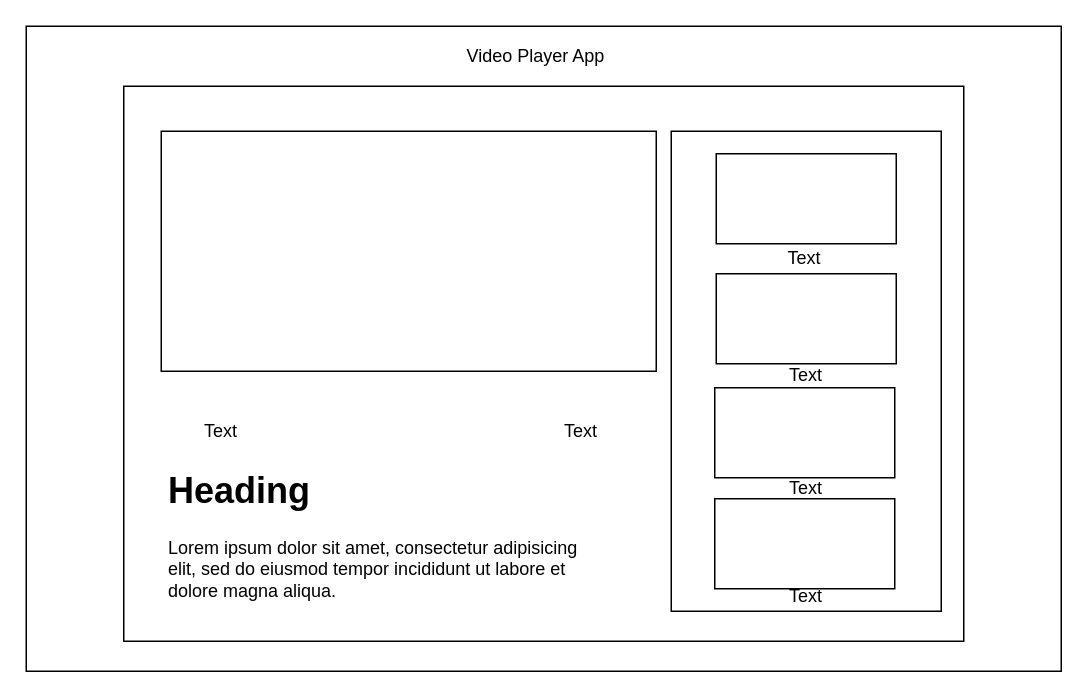
Earlier version of the draw.io diagram Product-preview.drawio (ayush9042/Product-Preview-using-Ajax). Source tidied: cells renumbered, new cells numbered last; positions are measured from the earlier drawing's top-left corner, leaving out a move shared by most shapes. Both pictures are drawn from the tidied source at 150%, with x=0, y=0 at pixel (26, 26).
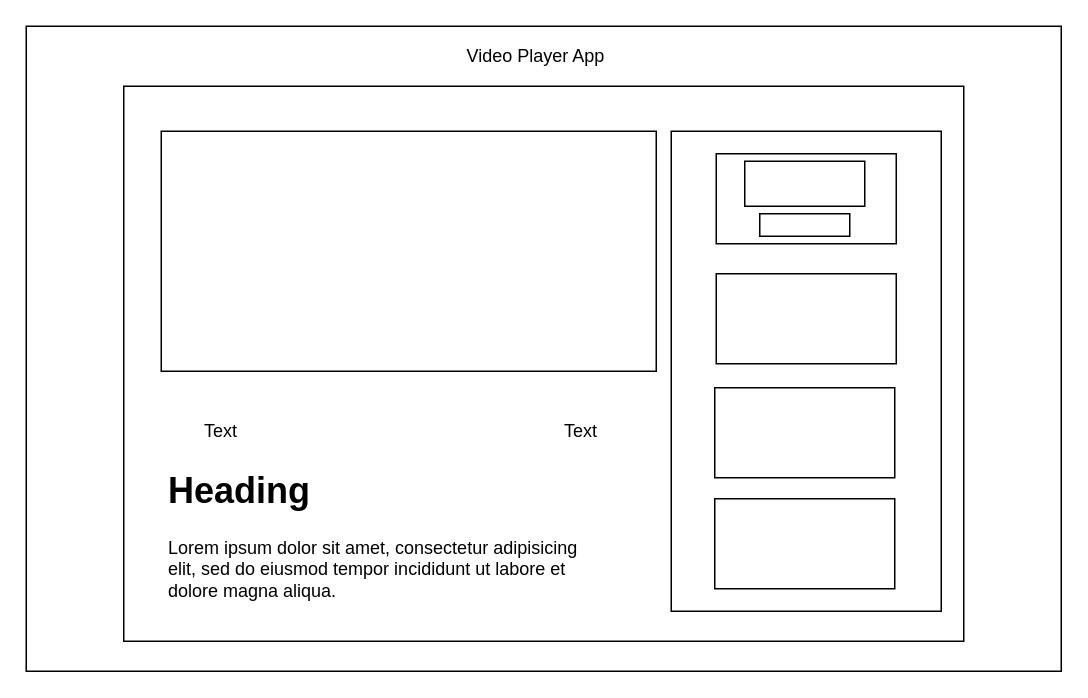
After the change.

Diff of the diagram source:
```diff
@@
 <mxGraphModel>
   <root>
     <mxCell id="0" />
     <mxCell id="1" parent="0" />
     <mxCell id="2" style="rounded=0;whiteSpace=wrap;html=1;" parent="1" vertex="1">
       <mxGeometry width="690" height="430" as="geometry" />
     </mxCell>
     <mxCell id="3" style="rounded=0;whiteSpace=wrap;html=1;" parent="1" vertex="1">
       <mxGeometry x="65" y="40" width="560" height="370" as="geometry" />
     </mxCell>
     <mxCell id="4" style="rounded=0;whiteSpace=wrap;html=1;" parent="1" vertex="1">
       <mxGeometry x="90" y="70" width="330" height="160" as="geometry" />
     </mxCell>
     <mxCell id="5" style="rounded=0;whiteSpace=wrap;html=1;" parent="1" vertex="1">
       <mxGeometry x="430" y="70" width="180" height="320" as="geometry" />
     </mxCell>
     <mxCell id="6" value="Text" style="text;html=1;strokeColor=none;fillColor=none;align=center;verticalAlign=middle;whiteSpace=wrap;rounded=0;" parent="1" vertex="1">
       <mxGeometry x="110" y="260" width="40" height="20" as="geometry" />
     </mxCell>
     <mxCell id="7" value="Text" style="text;html=1;strokeColor=none;fillColor=none;align=center;verticalAlign=middle;whiteSpace=wrap;rounded=0;" parent="1" vertex="1">
       <mxGeometry x="350" y="260" width="40" height="20" as="geometry" />
     </mxCell>
     <mxCell id="8" value="&lt;h1&gt;Heading&lt;/h1&gt;&lt;p&gt;Lorem ipsum dolor sit amet, consectetur adipisicing elit, sed do eiusmod tempor incididunt ut labore et dolore magna aliqua.&lt;/p&gt;" style="text;html=1;strokeColor=none;fillColor=none;spacing=5;spacingTop=-20;whiteSpace=wrap;overflow=hidden;rounded=0;" parent="1" vertex="1">
       <mxGeometry x="90" y="290" width="300" height="120" as="geometry" />
     </mxCell>
     <mxCell id="9" value="Video Player App" style="text;html=1;strokeColor=none;fillColor=none;align=center;verticalAlign=middle;whiteSpace=wrap;rounded=0;" parent="1" vertex="1">
       <mxGeometry x="180" y="10" width="320" height="20" as="geometry" />
     </mxCell>
     <mxCell id="10" style="rounded=0;whiteSpace=wrap;html=1;" parent="1" vertex="1">
       <mxGeometry x="460" y="85" width="120" height="60" as="geometry" />
     </mxCell>
     <mxCell id="11" style="rounded=0;whiteSpace=wrap;html=1;" parent="1" vertex="1">
       <mxGeometry x="460" y="165" width="120" height="60" as="geometry" />
     </mxCell>
     <mxCell id="12" style="rounded=0;whiteSpace=wrap;html=1;" parent="1" vertex="1">
       <mxGeometry x="459" y="241" width="120" height="60" as="geometry" />
     </mxCell>
     <mxCell id="13" style="rounded=0;whiteSpace=wrap;html=1;" parent="1" vertex="1">
       <mxGeometry x="459" y="315" width="120" height="60" as="geometry" />
     </mxCell>
-    <mxCell id="14" value="Text" style="text;html=1;strokeColor=none;fillColor=none;align=center;verticalAlign=middle;whiteSpace=wrap;rounded=0;" parent="1" vertex="1">
-      <mxGeometry x="499" y="145" width="40" height="20" as="geometry" />
-    </mxCell>
-    <mxCell id="15" value="Text" style="text;html=1;strokeColor=none;fillColor=none;align=center;verticalAlign=middle;whiteSpace=wrap;rounded=0;" parent="1" vertex="1">
-      <mxGeometry x="500" y="223" width="40" height="20" as="geometry" />
-    </mxCell>
-    <mxCell id="16" value="Text" style="text;html=1;strokeColor=none;fillColor=none;align=center;verticalAlign=middle;whiteSpace=wrap;rounded=0;" parent="1" vertex="1">
-      <mxGeometry x="500" y="298" width="40" height="20" as="geometry" />
-    </mxCell>
-    <mxCell id="17" value="Text" style="text;html=1;strokeColor=none;fillColor=none;align=center;verticalAlign=middle;whiteSpace=wrap;rounded=0;" parent="1" vertex="1">
-      <mxGeometry x="500" y="370" width="40" height="20" as="geometry" />
-    </mxCell>
+    <mxCell id="18" style="rounded=0;whiteSpace=wrap;html=1;" parent="1" vertex="1">
+      <mxGeometry x="479" y="90" width="80" height="30" as="geometry" />
+    </mxCell>
+    <mxCell id="19" style="rounded=0;whiteSpace=wrap;html=1;" parent="1" vertex="1">
+      <mxGeometry x="489" y="125" width="60" height="15" as="geometry" />
+    </mxCell>
   </root>
 </mxGraphModel>
```
